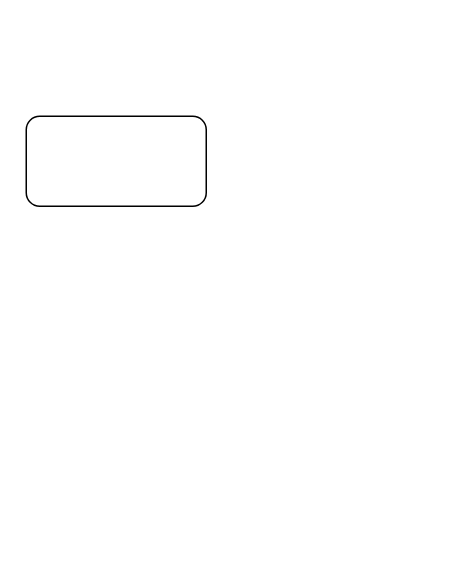
Earlier version of the draw.io diagram Untitled Diagram.drawio (abmoRobotics/P5). Source tidied: cells renumbered, new cells numbered last; positions are measured from the earlier drawing's top-left corner, leaving out a move shared by most shapes. Both pictures are drawn from the tidied source at 150%, with x=0, y=0 at pixel (26, 116).
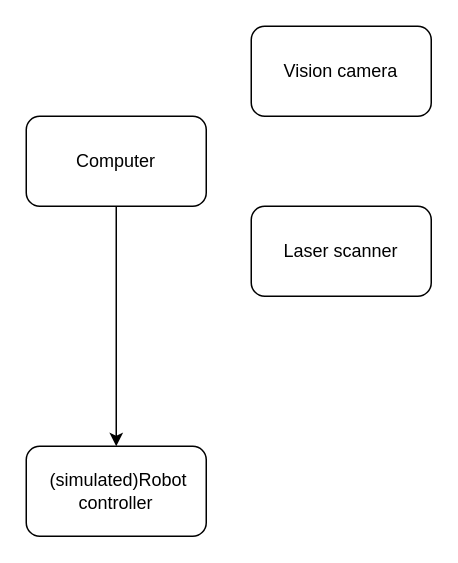
After the change.

What changed in the source:
```diff
@@
 <mxGraphModel>
   <root>
     <mxCell id="0" />
     <mxCell id="1" parent="0" />
+    <mxCell id="3" style="edgeStyle=orthogonalEdgeStyle;rounded=0;jettySize=auto;html=1;exitX=0.5;exitY=1;exitDx=0;exitDy=0;entryX=0.5;entryY=0;entryDx=0;entryDy=0;" parent="1" edge="1" source="2" target="6">
+      <mxGeometry relative="1" as="geometry" />
+    </mxCell>
-    <mxCell id="2" style="rounded=1;whiteSpace=wrap;html=1;" parent="1" vertex="1">
+    <mxCell id="2" value="Computer" style="rounded=1;whiteSpace=wrap;html=1;" parent="1" vertex="1">
       <mxGeometry width="120" height="60" as="geometry" />
     </mxCell>
+    <mxCell id="4" value="Vision camera" style="rounded=1;whiteSpace=wrap;html=1;" parent="1" vertex="1">
+      <mxGeometry x="150" y="-60" width="120" height="60" as="geometry" />
+    </mxCell>
+    <mxCell id="5" value="Laser scanner" style="rounded=1;whiteSpace=wrap;html=1;" parent="1" vertex="1">
+      <mxGeometry x="150" y="60" width="120" height="60" as="geometry" />
+    </mxCell>
+    <mxCell id="6" value="&amp;nbsp;(simulated)Robot controller" style="rounded=1;whiteSpace=wrap;html=1;" parent="1" vertex="1">
+      <mxGeometry y="220" width="120" height="60" as="geometry" />
+    </mxCell>
   </root>
 </mxGraphModel>
```
